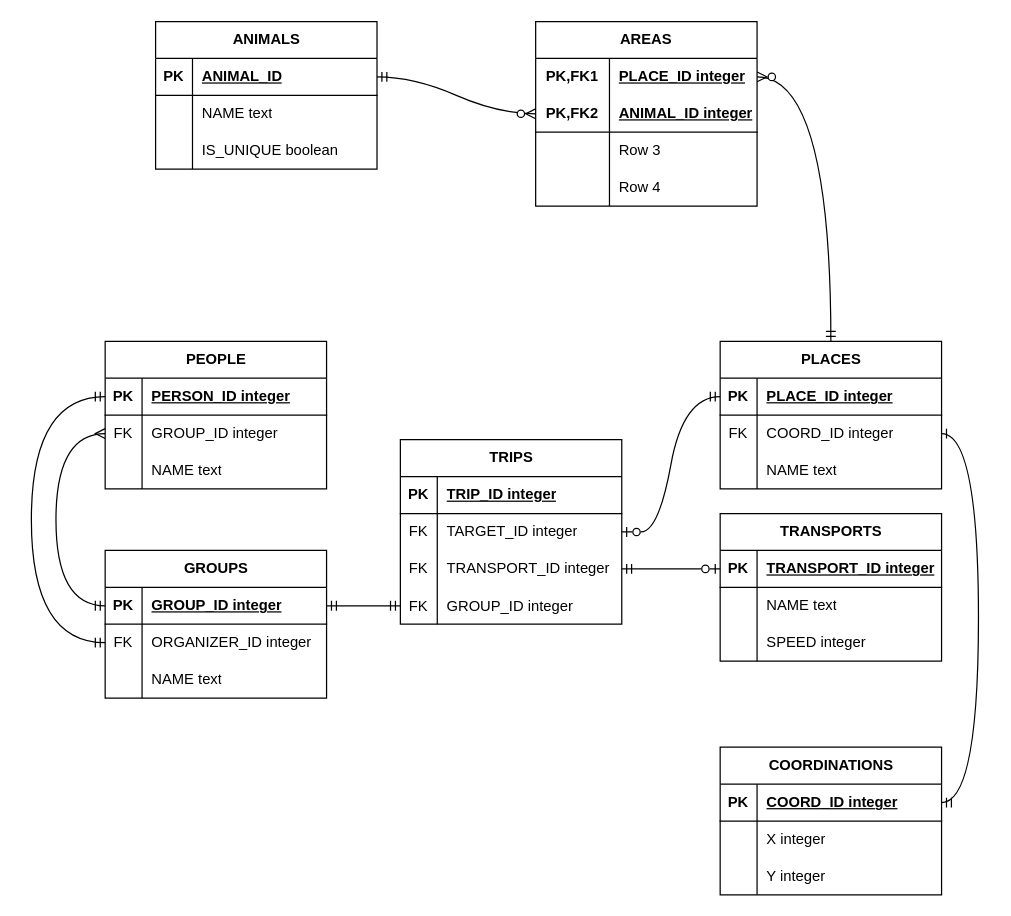
Xaabibas/Databases keeps this draw.io diagram as page "DataModel" (2 of 2) of lab1/Диаграмма без названия.drawio. Above is the earlier version. Source tidied: cells renumbered, new cells numbered last; positions are measured from the earlier drawing's top-left corner, leaving out a move shared by most shapes. Both pictures are drawn from the tidied source at 123%, with x=0, y=0 at pixel (31, 21).
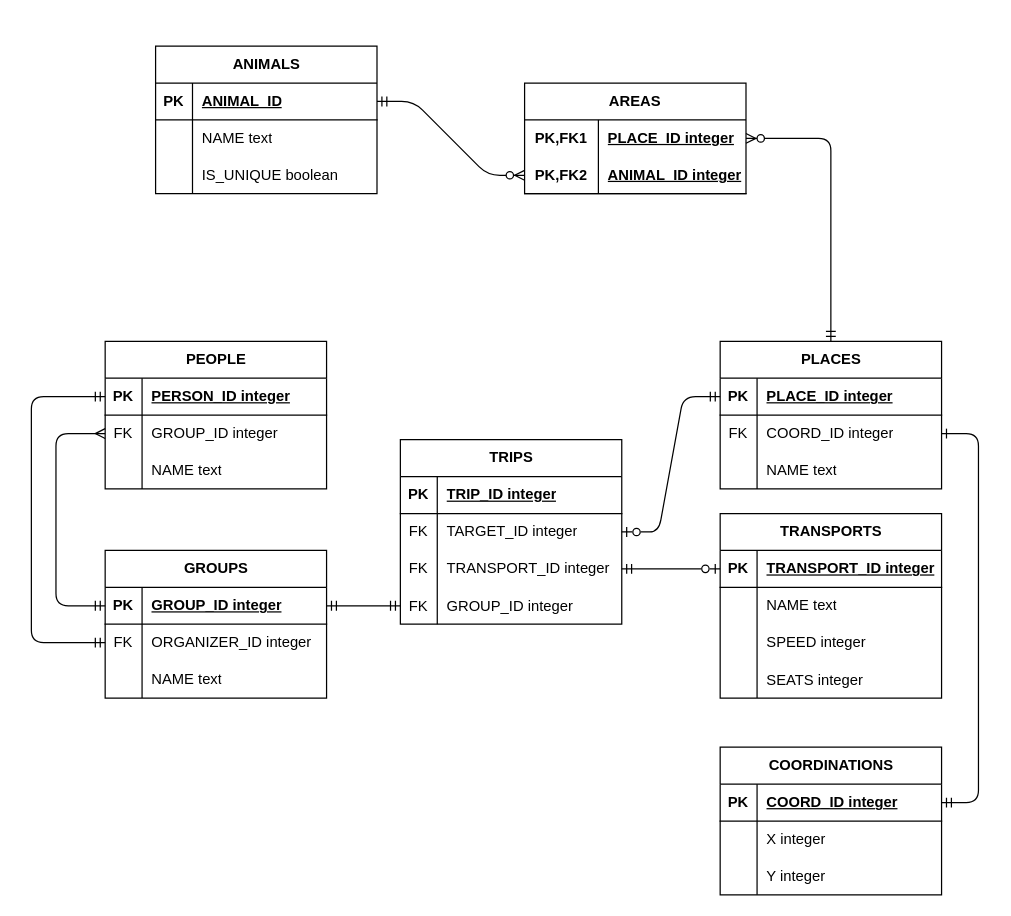
After the change.

The change refers to these unchanged cells:
```xml
<mxCell id="6" style="shape=tableRow;horizontal=0;startSize=0;swimlaneHead=0;swimlaneBody=0;fillColor=none;points=[[0,0.5],[1,0.5]];portConstraint=eastwest;top=0;left=0;right=0;bottom=0;" parent="2" vertex="1">
  <mxGeometry y="60" width="180" height="30" as="geometry" />
</mxCell>
<mxCell id="9" style="shape=tableRow;horizontal=0;startSize=0;swimlaneHead=0;swimlaneBody=0;fillColor=none;points=[[0,0.5],[1,0.5]];portConstraint=eastwest;top=0;left=0;right=0;bottom=0;" parent="2" vertex="1">
  <mxGeometry y="90" width="180" height="30" as="geometry" />
</mxCell>
<mxCell id="12" style="shape=tableRow;horizontal=0;startSize=0;swimlaneHead=0;swimlaneBody=0;fillColor=none;points=[[0,0.5],[1,0.5]];portConstraint=eastwest;top=0;left=0;right=0;bottom=0;" parent="2" vertex="1">
  <mxGeometry y="120" width="180" height="30" as="geometry" />
</mxCell>
<mxCell id="16" style="shape=tableRow;horizontal=0;startSize=0;swimlaneHead=0;swimlaneBody=0;fillColor=none;points=[[0,0.5],[1,0.5]];portConstraint=eastwest;top=0;left=0;right=0;bottom=1;" parent="15" vertex="1">
  <mxGeometry y="30" width="180" height="30" as="geometry" />
</mxCell>
<mxCell id="25" value="PLACES" style="shape=table;startSize=30;childLayout=tableLayout;rowLines=0;fontStyle=1;align=center;html=1;" parent="1" vertex="1">
  <mxGeometry x="560" y="260" width="180" height="120" as="geometry" />
</mxCell>
<mxCell id="26" style="shape=tableRow;horizontal=0;startSize=0;swimlaneHead=0;swimlaneBody=0;fillColor=none;points=[[0,0.5],[1,0.5]];portConstraint=eastwest;top=0;left=0;right=0;bottom=1;" parent="25" vertex="1">
  <mxGeometry y="30" width="180" height="30" as="geometry" />
</mxCell>
<mxCell id="29" style="shape=tableRow;horizontal=0;startSize=0;swimlaneHead=0;swimlaneBody=0;fillColor=none;points=[[0,0.5],[1,0.5]];portConstraint=eastwest;top=0;left=0;right=0;bottom=0;" parent="25" vertex="1">
  <mxGeometry y="60" width="180" height="30" as="geometry" />
</mxCell>
<mxCell id="36" style="shape=tableRow;horizontal=0;startSize=0;swimlaneHead=0;swimlaneBody=0;fillColor=none;points=[[0,0.5],[1,0.5]];portConstraint=eastwest;top=0;left=0;right=0;bottom=1;" parent="35" vertex="1">
  <mxGeometry y="30" width="180" height="30" as="geometry" />
</mxCell>
<mxCell id="46" style="shape=tableRow;horizontal=0;startSize=0;swimlaneHead=0;swimlaneBody=0;fillColor=none;points=[[0,0.5],[1,0.5]];portConstraint=eastwest;top=0;left=0;right=0;bottom=1;" parent="45" vertex="1">
  <mxGeometry y="30" width="180" height="30" as="geometry" />
</mxCell>
<mxCell id="49" style="shape=tableRow;horizontal=0;startSize=0;swimlaneHead=0;swimlaneBody=0;fillColor=none;points=[[0,0.5],[1,0.5]];portConstraint=eastwest;top=0;left=0;right=0;bottom=0;" parent="45" vertex="1">
  <mxGeometry y="60" width="180" height="30" as="geometry" />
</mxCell>
<mxCell id="56" style="shape=tableRow;horizontal=0;startSize=0;swimlaneHead=0;swimlaneBody=0;fillColor=none;points=[[0,0.5],[1,0.5]];portConstraint=eastwest;top=0;left=0;right=0;bottom=1;" parent="55" vertex="1">
  <mxGeometry y="30" width="180" height="30" as="geometry" />
</mxCell>
<mxCell id="59" style="shape=tableRow;horizontal=0;startSize=0;swimlaneHead=0;swimlaneBody=0;fillColor=none;points=[[0,0.5],[1,0.5]];portConstraint=eastwest;top=0;left=0;right=0;bottom=0;" parent="55" vertex="1">
  <mxGeometry y="60" width="180" height="30" as="geometry" />
</mxCell>
<mxCell id="66" style="shape=tableRow;horizontal=0;startSize=0;swimlaneHead=0;swimlaneBody=0;fillColor=none;points=[[0,0.5],[1,0.5]];portConstraint=eastwest;top=0;left=0;right=0;bottom=1;" parent="65" vertex="1">
  <mxGeometry y="30" width="180" height="30" as="geometry" />
</mxCell>
<mxCell id="76" style="shape=tableRow;horizontal=0;startSize=0;swimlaneHead=0;swimlaneBody=0;fillColor=none;points=[[0,0.5],[1,0.5]];portConstraint=eastwest;top=0;left=0;right=0;bottom=0;html=1;" parent="75" vertex="1">
  <mxGeometry y="30" width="180" height="30" as="geometry" />
</mxCell>
<mxCell id="79" style="shape=tableRow;horizontal=0;startSize=0;swimlaneHead=0;swimlaneBody=0;fillColor=none;points=[[0,0.5],[1,0.5]];portConstraint=eastwest;top=0;left=0;right=0;bottom=1;html=1;" parent="75" vertex="1">
  <mxGeometry y="60" width="180" height="30" as="geometry" />
</mxCell>
```

Diff of the diagram source:
```diff
@@
     <mxCell id="15" value="TRANSPORTS" style="shape=table;startSize=30;childLayout=tableLayout;rowLines=0;fontStyle=1;align=center;html=1;" parent="1" vertex="1">
-      <mxGeometry x="560" y="400" width="180" height="120" as="geometry" />
+      <mxGeometry x="560" y="400" width="180" height="150" as="geometry" />
     </mxCell>
@@
+    <mxCell id="96" style="shape=tableRow;horizontal=0;startSize=0;swimlaneHead=0;swimlaneBody=0;fillColor=none;top=0;left=0;right=0;bottom=0;" parent="15" vertex="1">
+      <mxGeometry y="120" width="180" height="30" as="geometry" />
+    </mxCell>
+    <mxCell id="97" style="shape=partialRectangle;fillColor=none;top=0;left=0;bottom=0;right=0;overflow=hidden;" parent="96" vertex="1">
+      <mxGeometry width="30" height="30" as="geometry" />
+    </mxCell>
+    <mxCell id="98" value="SEATS integer" style="shape=partialRectangle;fillColor=none;top=0;left=0;bottom=0;right=0;align=left;spacingLeft=6;overflow=hidden;" parent="96" vertex="1">
+      <mxGeometry x="30" width="150" height="30" as="geometry" />
+    </mxCell>
@@
     <mxCell id="65" value="ANIMALS" style="shape=table;startSize=30;childLayout=tableLayout;rowLines=0;fontStyle=1;align=center;html=1;" parent="1" vertex="1">
-      <mxGeometry x="101" width="180" height="120" as="geometry" />
+      <mxGeometry x="101" y="20" width="180" height="120" as="geometry" />
     </mxCell>
@@
     <mxCell id="75" value="AREAS" style="shape=table;startSize=30;childLayout=tableLayout;rowLines=0;fontStyle=1;align=center;html=1;whiteSpace=wrap;" parent="1" vertex="1">
-      <mxGeometry x="410" width="180" height="150" as="geometry" />
+      <mxGeometry x="401" y="50" width="180" height="90" as="geometry" />
     </mxCell>
@@
-    <mxCell id="82" style="shape=tableRow;horizontal=0;startSize=0;swimlaneHead=0;swimlaneBody=0;fillColor=none;top=0;left=0;right=0;bottom=0;html=1;" parent="75" vertex="1">
-      <mxGeometry y="90" width="180" height="30" as="geometry" />
-    </mxCell>
-    <mxCell id="83" style="shape=partialRectangle;fillColor=none;top=0;left=0;bottom=0;right=0;overflow=hidden;html=1;whiteSpace=wrap;" parent="82" vertex="1">
-      <mxGeometry width="60" height="30" as="geometry" />
-    </mxCell>
-    <mxCell id="84" value="Row 3" style="shape=partialRectangle;fillColor=none;top=0;left=0;bottom=0;right=0;align=left;spacingLeft=6;overflow=hidden;html=1;whiteSpace=wrap;" parent="82" vertex="1">
-      <mxGeometry x="60" width="120" height="30" as="geometry" />
-    </mxCell>
-    <mxCell id="85" style="shape=tableRow;horizontal=0;startSize=0;swimlaneHead=0;swimlaneBody=0;fillColor=none;top=0;left=0;right=0;bottom=0;html=1;" parent="75" vertex="1">
-      <mxGeometry y="120" width="180" height="30" as="geometry" />
-    </mxCell>
-    <mxCell id="86" style="shape=partialRectangle;fillColor=none;top=0;left=0;bottom=0;right=0;overflow=hidden;html=1;whiteSpace=wrap;" parent="85" vertex="1">
-      <mxGeometry width="60" height="30" as="geometry" />
-    </mxCell>
-    <mxCell id="87" value="Row 4" style="shape=partialRectangle;fillColor=none;top=0;left=0;bottom=0;right=0;align=left;spacingLeft=6;overflow=hidden;html=1;whiteSpace=wrap;" parent="85" vertex="1">
-      <mxGeometry x="60" width="120" height="30" as="geometry" />
-    </mxCell>
-    <mxCell id="88" style="edgeStyle=orthogonalEdgeStyle;fontSize=12;html=1;endArrow=ERzeroToMany;endFill=1;rounded=0;entryX=1;entryY=0.5;entryDx=0;entryDy=0;exitX=0.5;exitY=0;exitDx=0;exitDy=0;strokeColor=default;startArrow=ERmandOne;startFill=0;elbow=vertical;curved=1;" parent="1" edge="1" source="25" target="76">
+    <mxCell id="88" style="edgeStyle=orthogonalEdgeStyle;fontSize=12;html=1;endArrow=ERzeroToMany;endFill=1;rounded=1;entryX=1;entryY=0.5;entryDx=0;entryDy=0;exitX=0.5;exitY=0;exitDx=0;exitDy=0;strokeColor=default;startArrow=ERmandOne;startFill=0;elbow=vertical;curved=0;" parent="1" edge="1" source="25" target="76">
       <mxGeometry relative="1" as="geometry" />
     </mxCell>
-    <mxCell id="89" style="edgeStyle=entityRelationEdgeStyle;fontSize=12;html=1;endArrow=ERmandOne;startArrow=ERzeroToMany;rounded=0;exitX=0;exitY=0.5;exitDx=0;exitDy=0;entryX=1;entryY=0.5;entryDx=0;entryDy=0;curved=1;endFill=0;" parent="1" edge="1" source="79" target="66">
+    <mxCell id="89" style="edgeStyle=entityRelationEdgeStyle;fontSize=12;html=1;endArrow=ERmandOne;startArrow=ERzeroToMany;rounded=1;exitX=0;exitY=0.5;exitDx=0;exitDy=0;entryX=1;entryY=0.5;entryDx=0;entryDy=0;curved=0;endFill=0;" parent="1" edge="1" source="79" target="66">
       <mxGeometry relative="1" as="geometry" />
     </mxCell>
-    <mxCell id="90" style="edgeStyle=entityRelationEdgeStyle;fontSize=12;html=1;endArrow=ERmandOne;rounded=0;exitX=1;exitY=0.5;exitDx=0;exitDy=0;entryX=1;entryY=0.5;entryDx=0;entryDy=0;curved=1;startArrow=ERone;startFill=0;" parent="1" edge="1" source="29" target="36">
+    <mxCell id="90" style="edgeStyle=entityRelationEdgeStyle;fontSize=12;html=1;endArrow=ERmandOne;rounded=1;exitX=1;exitY=0.5;exitDx=0;exitDy=0;entryX=1;entryY=0.5;entryDx=0;entryDy=0;curved=0;startArrow=ERone;startFill=0;" parent="1" edge="1" source="29" target="36">
       <mxGeometry relative="1" as="geometry" />
     </mxCell>
-    <mxCell id="91" style="edgeStyle=entityRelationEdgeStyle;fontSize=12;html=1;endArrow=ERzeroToOne;endFill=0;rounded=0;entryX=0;entryY=0.5;entryDx=0;entryDy=0;exitX=1;exitY=0.5;exitDx=0;exitDy=0;curved=1;startArrow=ERmandOne;startFill=0;" parent="1" edge="1" source="9" target="16">
+    <mxCell id="91" style="edgeStyle=entityRelationEdgeStyle;fontSize=12;html=1;endArrow=ERzeroToOne;endFill=0;rounded=1;entryX=0;entryY=0.5;entryDx=0;entryDy=0;exitX=1;exitY=0.5;exitDx=0;exitDy=0;curved=0;startArrow=ERmandOne;startFill=0;" parent="1" edge="1" source="9" target="16">
       <mxGeometry relative="1" as="geometry" />
     </mxCell>
-    <mxCell id="92" style="edgeStyle=entityRelationEdgeStyle;fontSize=12;html=1;endArrow=ERmandOne;startArrow=ERmandOne;rounded=0;entryX=0;entryY=0.5;entryDx=0;entryDy=0;exitX=1;exitY=0.5;exitDx=0;exitDy=0;curved=1;" parent="1" edge="1" source="56" target="12">
+    <mxCell id="92" style="edgeStyle=entityRelationEdgeStyle;fontSize=12;html=1;endArrow=ERmandOne;startArrow=ERmandOne;rounded=1;entryX=0;entryY=0.5;entryDx=0;entryDy=0;exitX=1;exitY=0.5;exitDx=0;exitDy=0;curved=0;" parent="1" edge="1" source="56" target="12">
       <mxGeometry relative="1" as="geometry" />
     </mxCell>
-    <mxCell id="93" style="edgeStyle=entityRelationEdgeStyle;fontSize=12;html=1;endArrow=ERmandOne;startArrow=ERzeroToOne;rounded=0;exitX=1;exitY=0.5;exitDx=0;exitDy=0;entryX=0;entryY=0.5;entryDx=0;entryDy=0;endFill=0;startFill=0;curved=1;" parent="1" edge="1" source="6" target="26">
+    <mxCell id="93" style="edgeStyle=entityRelationEdgeStyle;fontSize=12;html=1;endArrow=ERmandOne;startArrow=ERzeroToOne;rounded=1;exitX=1;exitY=0.5;exitDx=0;exitDy=0;entryX=0;entryY=0.5;entryDx=0;entryDy=0;endFill=0;startFill=0;curved=0;" parent="1" edge="1" source="6" target="26">
       <mxGeometry relative="1" as="geometry" />
     </mxCell>
-    <mxCell id="94" style="fontSize=12;html=1;endArrow=ERmany;endFill=0;rounded=0;entryX=0;entryY=0.5;entryDx=0;entryDy=0;exitX=0;exitY=0.5;exitDx=0;exitDy=0;edgeStyle=elbowEdgeStyle;curved=1;startArrow=ERmandOne;startFill=0;" parent="1" edge="1" source="56" target="49">
+    <mxCell id="94" style="fontSize=12;html=1;endArrow=ERmany;endFill=0;rounded=1;entryX=0;entryY=0.5;entryDx=0;entryDy=0;exitX=0;exitY=0.5;exitDx=0;exitDy=0;edgeStyle=elbowEdgeStyle;curved=0;startArrow=ERmandOne;startFill=0;" parent="1" edge="1" source="56" target="49">
       <mxGeometry relative="1" as="geometry">
         <Array as="points">
           <mxPoint x="20" y="410" />
         </Array>
       </mxGeometry>
     </mxCell>
-    <mxCell id="95" style="edgeStyle=elbowEdgeStyle;fontSize=12;html=1;endArrow=ERmandOne;startArrow=ERmandOne;rounded=0;entryX=0;entryY=0.5;entryDx=0;entryDy=0;exitX=0;exitY=0.5;exitDx=0;exitDy=0;curved=1;endFill=0;" parent="1" edge="1" source="59" target="46">
+    <mxCell id="95" style="edgeStyle=elbowEdgeStyle;fontSize=12;html=1;endArrow=ERmandOne;startArrow=ERmandOne;rounded=1;entryX=0;entryY=0.5;entryDx=0;entryDy=0;exitX=0;exitY=0.5;exitDx=0;exitDy=0;curved=0;endFill=0;" parent="1" edge="1" source="59" target="46">
       <mxGeometry relative="1" as="geometry">
         <Array as="points">
           <mxPoint y="410" />
         </Array>
       </mxGeometry>
     </mxCell>
```
